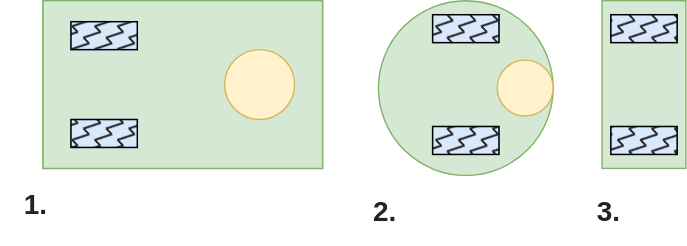
orjano-max/ORJANOS_MASTER_REPO keeps this draw.io diagram as Figures/DifferentialDrive.drawio.svg. Above is the earlier version. Source tidied: cells renumbered, new cells last; positions are measured from the earlier drawing's top-left corner, leaving out a move shared by most shapes.
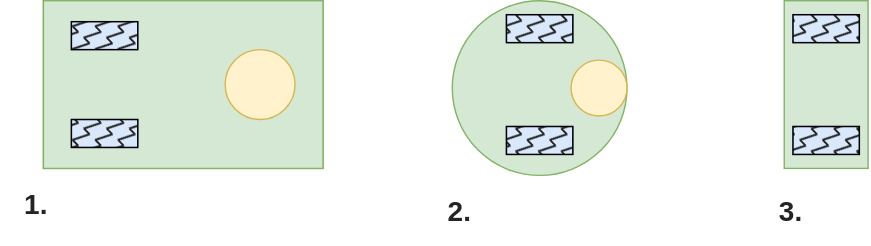
After the change.

Diff of the diagram source:
```diff
@@ -3,7 +3,7 @@
     <mxCell id="0" />
     <mxCell id="1" parent="0" />
     <mxCell id="2" style="group;" parent="1" vertex="1">
-      <mxGeometry x="430" width="60" height="120" as="geometry" />
+      <mxGeometry x="560" width="60" height="120" as="geometry" />
     </mxCell>
     <mxCell id="3" style="rounded=0;whiteSpace=wrap;html=1;direction=south;fillColor=#d5e8d4;strokeColor=#82b366;" parent="2" vertex="1">
       <mxGeometry width="60" height="120" as="geometry" />
@@ -42,7 +42,7 @@
       <mxGeometry x="20" y="85" width="47.5" height="20" as="geometry" />
     </mxCell>
     <mxCell id="15" style="group;" parent="1" vertex="1">
-      <mxGeometry x="270" width="125" height="125" as="geometry" />
+      <mxGeometry x="322.5" width="125" height="125" as="geometry" />
     </mxCell>
     <mxCell id="16" style="ellipse;whiteSpace=wrap;html=1;fillColor=#d5e8d4;strokeColor=#82b366;" parent="15" vertex="1">
       <mxGeometry width="125" height="125" as="geometry" />
@@ -62,14 +62,14 @@
     <mxCell id="21" style="ellipse;whiteSpace=wrap;html=1;fillColor=#fff2cc;strokeColor=#d6b656;" parent="15" vertex="1">
       <mxGeometry x="85" y="42.5" width="40" height="40" as="geometry" />
     </mxCell>
-    <mxCell id="22" value="&lt;font size=&quot;1&quot; color=&quot;#242424&quot;&gt;&lt;b style=&quot;font-size: 20px;&quot;&gt;3.&lt;/b&gt;&lt;/font&gt;" style="text;html=1;strokeColor=none;fillColor=none;align=center;verticalAlign=middle;whiteSpace=wrap;rounded=0;fontColor=#EA6B66;" parent="1" vertex="1">
-      <mxGeometry x="410" y="125" width="50" height="50" as="geometry" />
+    <mxCell id="22" value="&lt;font size=&quot;1&quot;&gt;&lt;b style=&quot;font-size: 20px;&quot;&gt;3.&lt;/b&gt;&lt;/font&gt;" style="text;html=1;strokeColor=none;fillColor=none;align=center;verticalAlign=middle;whiteSpace=wrap;rounded=0;fontColor=#242424;" parent="1" vertex="1">
+      <mxGeometry x="540" y="125" width="50" height="50" as="geometry" />
     </mxCell>
-    <mxCell id="23" value="&lt;font size=&quot;1&quot; color=&quot;#242424&quot;&gt;&lt;b style=&quot;font-size: 20px;&quot;&gt;1.&lt;/b&gt;&lt;/font&gt;" style="text;html=1;strokeColor=none;fillColor=none;align=center;verticalAlign=middle;whiteSpace=wrap;rounded=0;fontColor=#EA6B66;" parent="1" vertex="1">
+    <mxCell id="23" value="&lt;font size=&quot;1&quot;&gt;&lt;b style=&quot;font-size: 20px;&quot;&gt;1.&lt;/b&gt;&lt;/font&gt;" style="text;html=1;strokeColor=none;fillColor=none;align=center;verticalAlign=middle;whiteSpace=wrap;rounded=0;fontColor=#242424;" parent="1" vertex="1">
       <mxGeometry y="120" width="50" height="50" as="geometry" />
     </mxCell>
-    <mxCell id="24" value="&lt;font size=&quot;1&quot; color=&quot;#242424&quot;&gt;&lt;b style=&quot;font-size: 20px;&quot;&gt;2.&lt;/b&gt;&lt;/font&gt;" style="text;html=1;strokeColor=none;fillColor=none;align=center;verticalAlign=middle;whiteSpace=wrap;rounded=0;fontColor=#EA6B66;" parent="1" vertex="1">
-      <mxGeometry x="250" y="125" width="50" height="50" as="geometry" />
+    <mxCell id="24" value="&lt;font size=&quot;1&quot;&gt;&lt;b style=&quot;font-size: 20px;&quot;&gt;2.&lt;/b&gt;&lt;/font&gt;" style="text;html=1;strokeColor=none;fillColor=none;align=center;verticalAlign=middle;whiteSpace=wrap;rounded=0;fontColor=#242424;" parent="1" vertex="1">
+      <mxGeometry x="302.5" y="125" width="50" height="50" as="geometry" />
     </mxCell>
   </root>
 </mxGraphModel>
```
